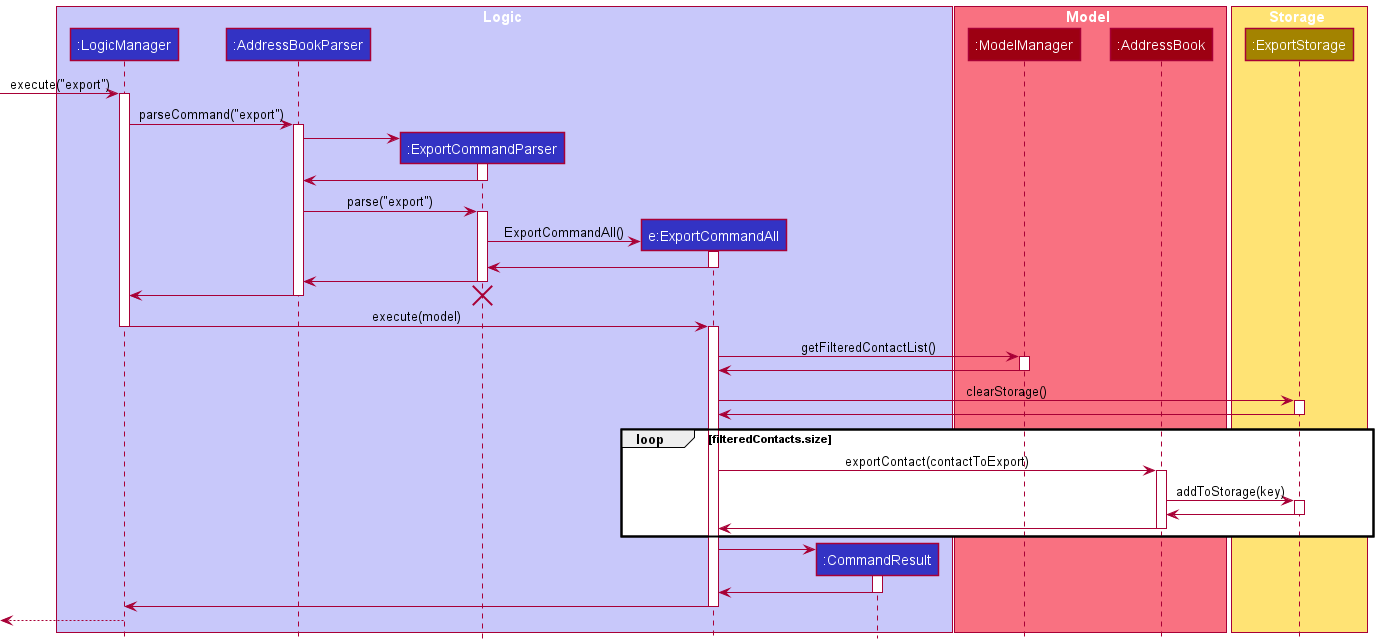
nus-cs2103-AY2122S1/tp keeps this PlantUML diagram as docs/images/ExportSequenceDiagram.png. Above is the earlier version. The source it was exported from:
```plantuml
@startuml
!include style.puml

box Logic LOGIC_COLOR_T1
participant ":LogicManager" as LogicManager LOGIC_COLOR
participant ":AddressBookParser" as AddressBookParser LOGIC_COLOR
participant ":ExportCommandParser" as ExportCommandParser LOGIC_COLOR
participant "e:ExportCommandAll" as ExportCommandAll LOGIC_COLOR
participant ":CommandResult" as CommandResult LOGIC_COLOR
end box

box Model MODEL_COLOR_T1
participant ":ModelManager" as ModelManager MODEL_COLOR
participant ":AddressBook" as AddressBook MODEL_COLOR
end box

box Storage STORAGE_COLOR_T1
participant ":ExportStorage" as ExportStorage STORAGE_COLOR
end box

[-> LogicManager : execute("export")
activate LogicManager

LogicManager -> AddressBookParser : parseCommand("export")
activate AddressBookParser

create ExportCommandParser
AddressBookParser -> ExportCommandParser
activate ExportCommandParser

ExportCommandParser -> AddressBookParser
deactivate ExportCommandParser

AddressBookParser -> ExportCommandParser: parse("export")
activate ExportCommandParser

create ExportCommandAll
ExportCommandParser -> ExportCommandAll: ExportCommandAll()
activate ExportCommandAll

ExportCommandAll -> ExportCommandParser
deactivate ExportCommandAll

ExportCommandParser -> AddressBookParser
deactivate ExportCommandParser

AddressBookParser -> LogicManager
deactivate AddressBookParser

destroy ExportCommandParser

LogicManager -> ExportCommandAll: execute(model)
deactivate LogicManager

activate ExportCommandAll

ExportCommandAll -> ModelManager: getFilteredContactList()
activate ModelManager

ModelManager -> ExportCommandAll
deactivate ModelManager

ExportCommandAll -> ExportStorage: clearStorage()
activate ExportStorage

ExportStorage -> ExportCommandAll
deactivate ExportStorage

loop filteredContacts.size

ExportCommandAll -> AddressBook: exportContact(contactToExport)
activate AddressBook

AddressBook -> ExportStorage: addToStorage(key)
activate ExportStorage

ExportStorage -> AddressBook
deactivate ExportStorage

AddressBook -> ExportCommandAll
deactivate AddressBook

end

create CommandResult
ExportCommandAll -> CommandResult
activate CommandResult

CommandResult -> ExportCommandAll
deactivate CommandResult

ExportCommandAll -> LogicManager
deactivate ExportCommandAll

[<--LogicManager
deactivate LogicManager

@enduml
```
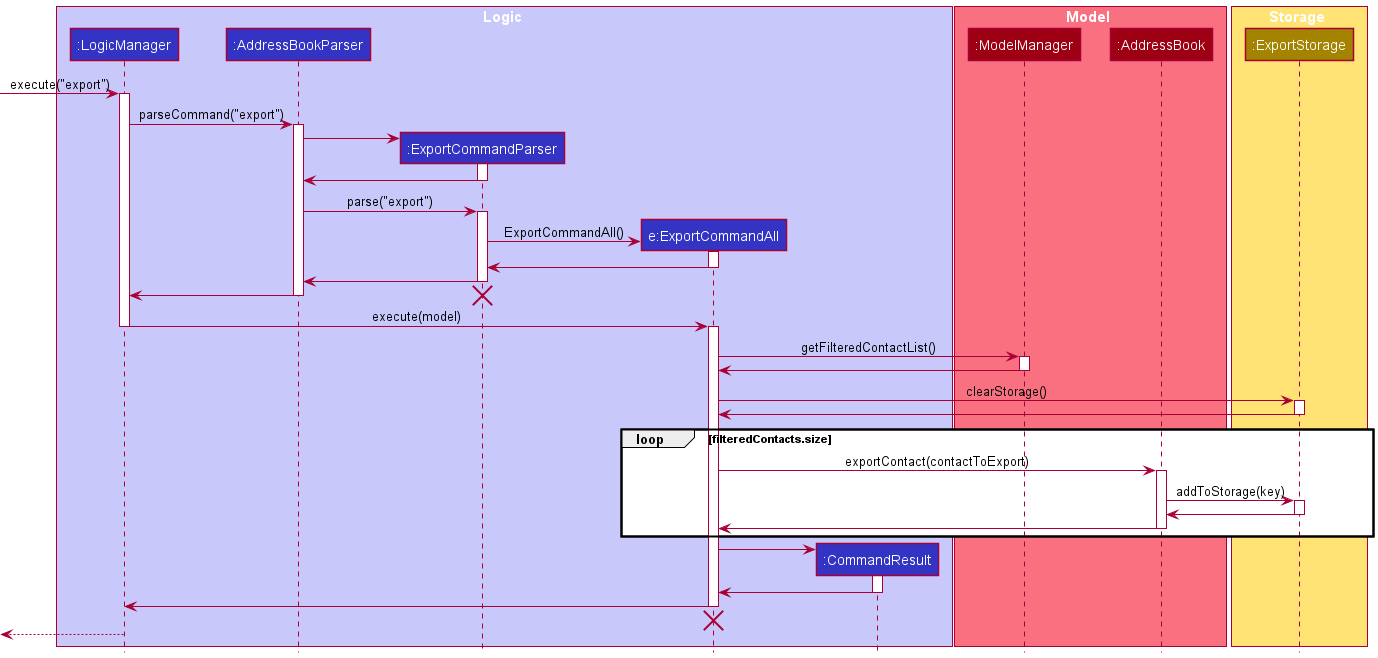
The same diagram one commit later.

Diff of the diagram source:
```diff
@@ -91,6 +91,8 @@
 
 ExportCommandAll -> LogicManager
 deactivate ExportCommandAll
+ExportCommandAll -[hidden]-> LogicManager
+destroy ExportCommandAll
 
 [<--LogicManager
 deactivate LogicManager
```
